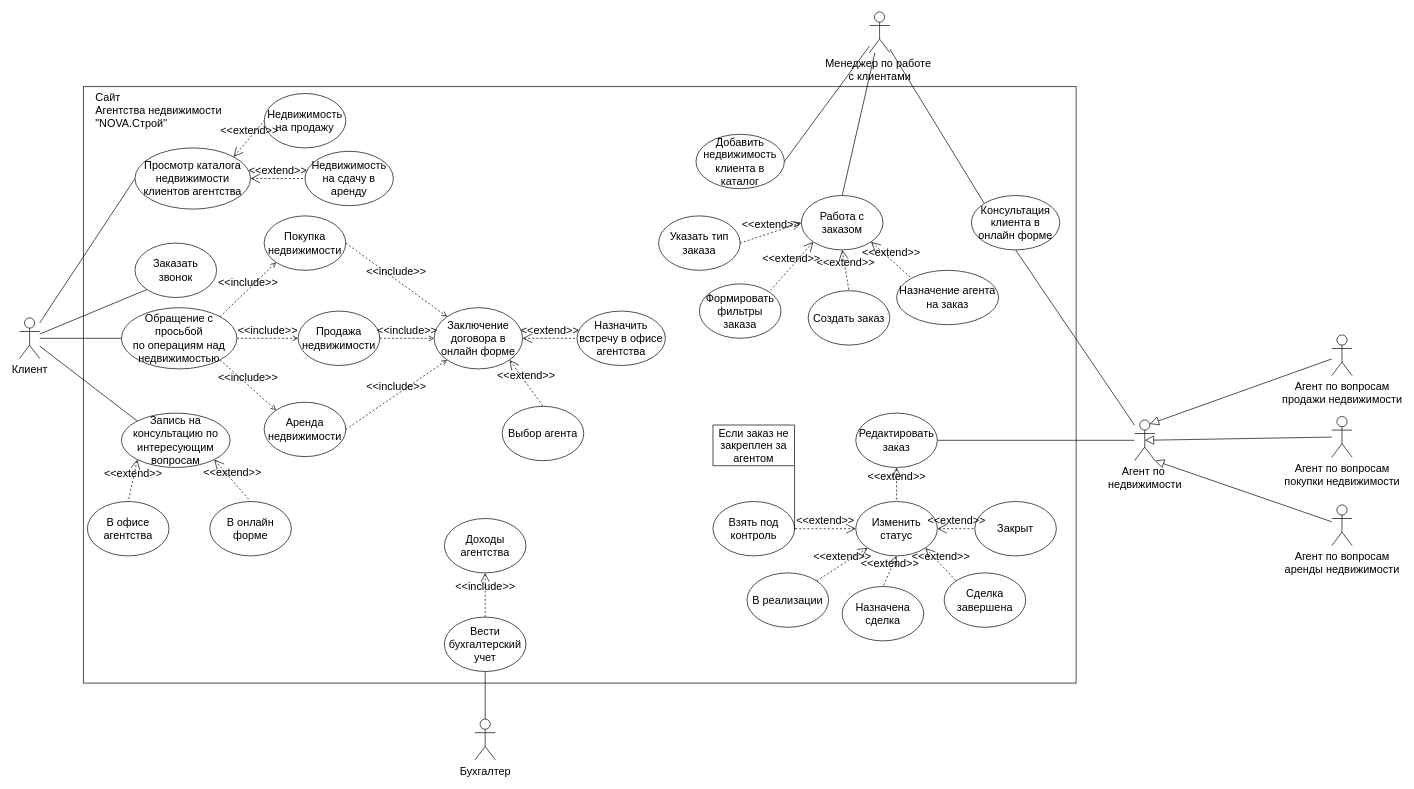
Before: agenstvo.drawio in VitaliiPopov00/Use-case-diagram, a draw.io diagram. Source tidied: cells renumbered, new cells numbered last; positions are measured from the earlier drawing's top-left corner, leaving out a move shared by most shapes. Both pictures are drawn from the tidied source at 68%, with x=0, y=0 at pixel (19, 12).
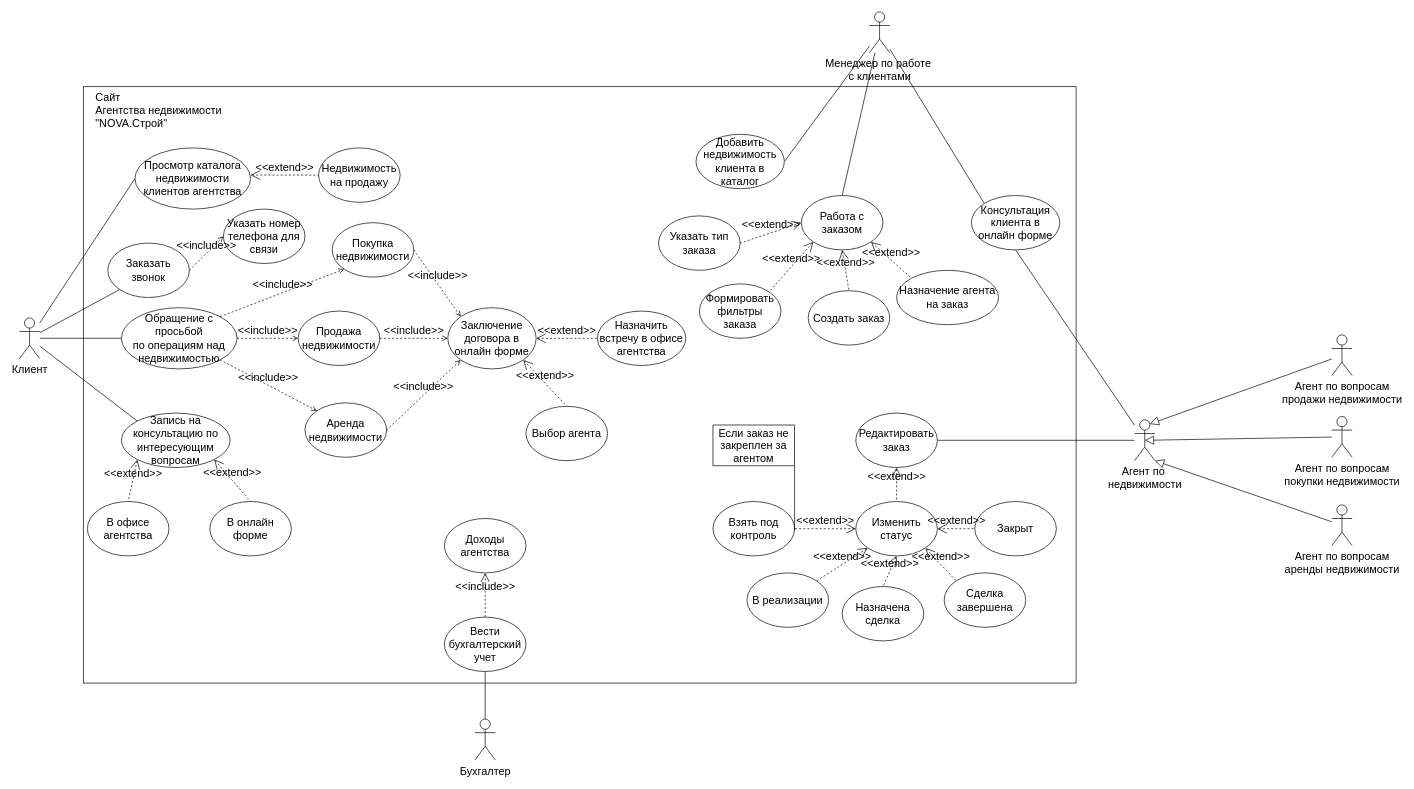
Above is the later version.

The change refers to these unchanged cells:
```xml
<mxCell id="73" value="Просмотр каталога недвижимости клиентов агентства" style="ellipse;whiteSpace=wrap;html=1;fontSize=16;" parent="1" vertex="1">
  <mxGeometry x="170" y="200" width="170" height="90" as="geometry" />
</mxCell>
```

What changed in the source:
```diff
@@
     <mxCell id="9" value="Покупка недвижимости" style="ellipse;whiteSpace=wrap;html=1;fontSize=16;" parent="1" vertex="1">
-      <mxGeometry x="360" y="300" width="120" height="80" as="geometry" />
+      <mxGeometry x="460" y="310" width="120" height="80" as="geometry" />
     </mxCell>
@@
     <mxCell id="13" value="Аренда недвижимости" style="ellipse;whiteSpace=wrap;html=1;fontSize=16;" parent="1" vertex="1">
-      <mxGeometry x="360" y="574" width="120" height="80" as="geometry" />
+      <mxGeometry x="420" y="575" width="120" height="80" as="geometry" />
     </mxCell>
@@
     <mxCell id="15" value="Заключение договора в онлайн форме" style="ellipse;whiteSpace=wrap;html=1;fontSize=16;" parent="1" vertex="1">
-      <mxGeometry x="610" y="435" width="130" height="90" as="geometry" />
+      <mxGeometry x="630" y="435" width="130" height="90" as="geometry" />
     </mxCell>
@@
     <mxCell id="19" value="Назначить встречу в офисе агентства" style="ellipse;whiteSpace=wrap;html=1;fontSize=16;" parent="1" vertex="1">
-      <mxGeometry x="820" y="440" width="130" height="80" as="geometry" />
+      <mxGeometry x="850" y="440" width="130" height="80" as="geometry" />
     </mxCell>
@@
     <mxCell id="26" value="Выбор агента" style="ellipse;whiteSpace=wrap;html=1;fontSize=16;" parent="1" vertex="1">
-      <mxGeometry x="710" y="580" width="120" height="80" as="geometry" />
+      <mxGeometry x="745" y="580" width="120" height="80" as="geometry" />
     </mxCell>
@@
     <mxCell id="71" value="Заказать звонок" style="ellipse;whiteSpace=wrap;html=1;fontSize=16;" parent="1" vertex="1">
-      <mxGeometry x="170" y="340" width="120" height="80" as="geometry" />
+      <mxGeometry x="130" y="340" width="120" height="80" as="geometry" />
     </mxCell>
@@
     <mxCell id="74" value="Недвижимость на продажу" style="ellipse;whiteSpace=wrap;html=1;fontSize=16;" parent="1" vertex="1">
-      <mxGeometry x="360" y="120" width="120" height="80" as="geometry" />
+      <mxGeometry x="440" y="200" width="120" height="80" as="geometry" />
     </mxCell>
-    <mxCell id="75" value="&amp;lt;&amp;lt;extend&amp;gt;&amp;gt;" style="edgeStyle=none;html=1;startArrow=open;endArrow=none;startSize=12;verticalAlign=bottom;dashed=1;labelBackgroundColor=none;rounded=0;fontSize=16;entryX=0;entryY=0.5;entryDx=0;entryDy=0;exitX=1;exitY=0;exitDx=0;exitDy=0;" parent="1" edge="1" source="73" target="74">
+    <mxCell id="75" value="&amp;lt;&amp;lt;extend&amp;gt;&amp;gt;" style="edgeStyle=none;html=1;startArrow=open;endArrow=none;startSize=12;verticalAlign=bottom;dashed=1;labelBackgroundColor=none;rounded=0;fontSize=16;entryX=0;entryY=0.5;entryDx=0;entryDy=0;exitX=1;exitY=0.444;exitDx=0;exitDy=0;exitPerimeter=0;" parent="1" edge="1" source="73" target="74">
       <mxGeometry relative="1" as="geometry" />
     </mxCell>
-    <mxCell id="76" value="Недвижимость на сдачу в аренду" style="ellipse;whiteSpace=wrap;html=1;fontSize=16;" parent="1" vertex="1">
-      <mxGeometry x="420" y="205" width="130" height="80" as="geometry" />
-    </mxCell>
-    <mxCell id="77" value="&amp;lt;&amp;lt;extend&amp;gt;&amp;gt;" style="edgeStyle=none;html=1;startArrow=open;endArrow=none;startSize=12;verticalAlign=bottom;dashed=1;labelBackgroundColor=none;rounded=0;fontSize=16;entryX=0;entryY=0.5;entryDx=0;entryDy=0;exitX=1;exitY=0.5;exitDx=0;exitDy=0;" parent="1" edge="1" source="73" target="76">
-      <mxGeometry relative="1" as="geometry" />
-    </mxCell>
@@
+    <mxCell id="79" value="Указать номер телефона для связи" style="ellipse;whiteSpace=wrap;html=1;fontSize=16;" parent="1" vertex="1">
+      <mxGeometry x="300" y="290" width="120" height="80" as="geometry" />
+    </mxCell>
+    <mxCell id="80" value="&amp;lt;&amp;lt;include&amp;gt;&amp;gt;" style="edgeStyle=none;html=1;endArrow=open;verticalAlign=bottom;dashed=1;labelBackgroundColor=none;rounded=0;fontSize=16;exitX=1;exitY=0.5;exitDx=0;exitDy=0;entryX=0;entryY=0.5;entryDx=0;entryDy=0;" parent="1" edge="1" source="71" target="79">
+      <mxGeometry relative="1" as="geometry" />
+    </mxCell>
```
